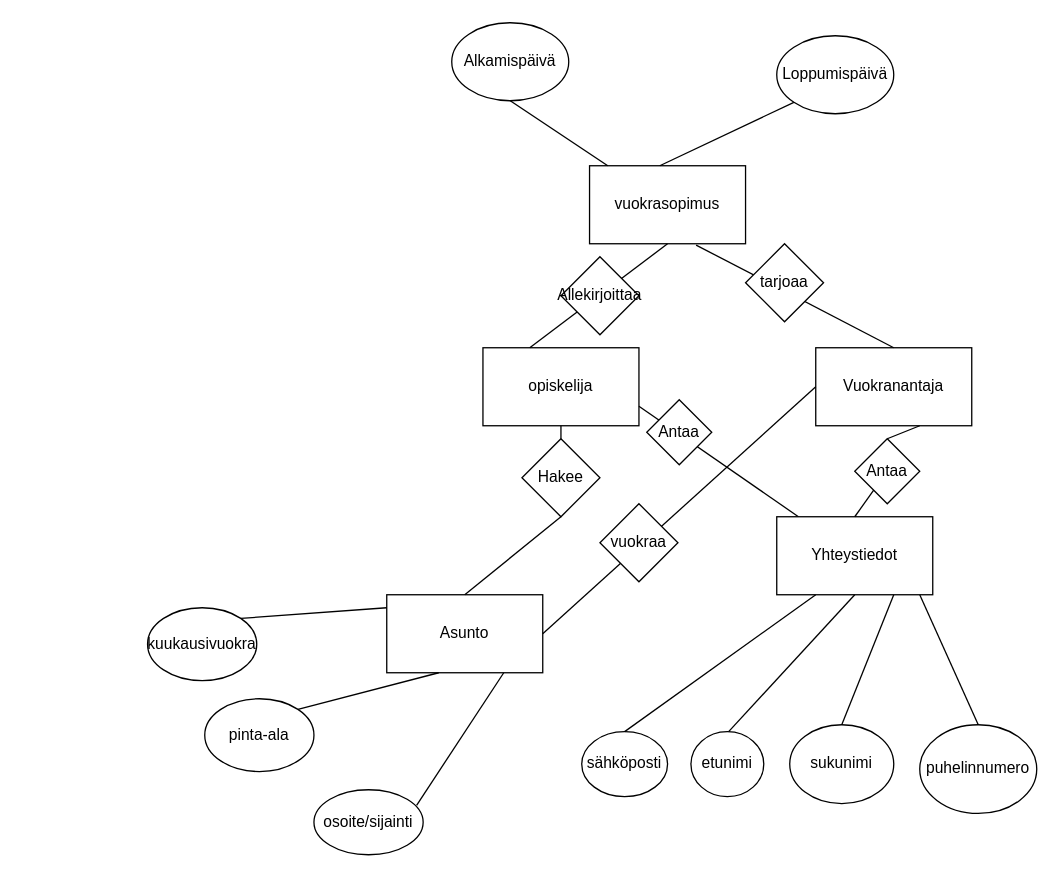
Before: Untitled Diagram.drawio in KariRyttinen/KariRyttinen.github.io, a draw.io diagram. Source tidied: cells renumbered, new cells numbered last; positions are measured from the earlier drawing's top-left corner, leaving out a move shared by most shapes. Both pictures are drawn from the tidied source at 130%, with x=0, y=0 at pixel (147, 22).
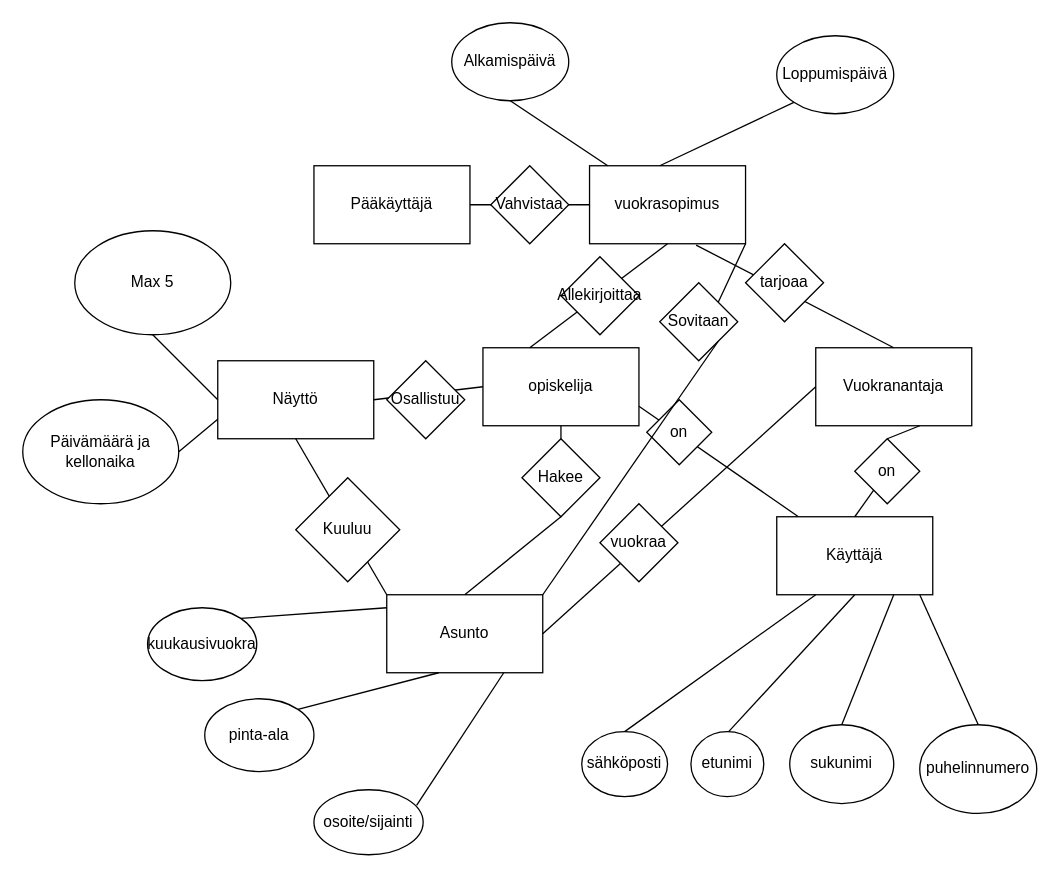
The same diagram, later.

The change refers to these unchanged cells:
```xml
<mxCell id="2" value="opiskelija" style="rounded=0;whiteSpace=wrap;html=1;" parent="1" vertex="1">
  <mxGeometry x="258" y="250" width="120" height="60" as="geometry" />
</mxCell>
<mxCell id="8" value="&lt;div&gt;Asunto&lt;/div&gt;" style="rounded=0;whiteSpace=wrap;html=1;" parent="1" vertex="1">
  <mxGeometry x="184" y="440" width="120" height="60" as="geometry" />
</mxCell>
<mxCell id="21" value="vuokrasopimus" style="rounded=0;whiteSpace=wrap;html=1;" parent="1" vertex="1">
  <mxGeometry x="340" y="110" width="120" height="60" as="geometry" />
</mxCell>
```

The edit, as a diff of the source:
```diff
@@
-    <mxCell id="13" value="Yhteystiedot" style="rounded=0;whiteSpace=wrap;html=1;" parent="1" vertex="1">
+    <mxCell id="13" value="Käyttäjä" style="rounded=0;whiteSpace=wrap;html=1;" parent="1" vertex="1">
       <mxGeometry x="484" y="380" width="120" height="60" as="geometry" />
     </mxCell>
@@
-    <mxCell id="36" value="Antaa" style="rhombus;whiteSpace=wrap;html=1;" parent="1" vertex="1">
+    <mxCell id="36" value="on" style="rhombus;whiteSpace=wrap;html=1;" parent="1" vertex="1">
       <mxGeometry x="384" y="290" width="50" height="50" as="geometry" />
     </mxCell>
-    <mxCell id="37" value="Antaa" style="rhombus;whiteSpace=wrap;html=1;" parent="1" vertex="1">
+    <mxCell id="37" value="on" style="rhombus;whiteSpace=wrap;html=1;" parent="1" vertex="1">
       <mxGeometry x="544" y="320" width="50" height="50" as="geometry" />
     </mxCell>
@@
+    <mxCell id="39" value="Näyttö" style="rounded=0;whiteSpace=wrap;html=1;" parent="1" vertex="1">
+      <mxGeometry x="54" y="260" width="120" height="60" as="geometry" />
+    </mxCell>
+    <mxCell id="40" value="Pääkäyttäjä" style="rounded=0;whiteSpace=wrap;html=1;" parent="1" vertex="1">
+      <mxGeometry x="128" y="110" width="120" height="60" as="geometry" />
+    </mxCell>
+    <mxCell id="41" style="endArrow=none;html=1;entryX=0.5;entryY=1;entryDx=0;entryDy=0;" parent="1" edge="1" target="39">
+      <mxGeometry relative="1" as="geometry">
+        <mxPoint x="184" y="440" as="sourcePoint" />
+      </mxGeometry>
+    </mxCell>
+    <mxCell id="42" style="endArrow=none;html=1;entryX=0;entryY=0.5;entryDx=0;entryDy=0;exitX=1;exitY=0.5;exitDx=0;exitDy=0;" parent="1" edge="1" source="39" target="2">
+      <mxGeometry relative="1" as="geometry" />
+    </mxCell>
+    <mxCell id="43" style="endArrow=none;html=1;entryX=0;entryY=0.5;entryDx=0;entryDy=0;" parent="1" edge="1" target="39">
+      <mxGeometry relative="1" as="geometry">
+        <mxPoint x="4" y="240" as="sourcePoint" />
+      </mxGeometry>
+    </mxCell>
+    <mxCell id="44" value="Max 5" style="ellipse;whiteSpace=wrap;html=1;" parent="1" vertex="1">
+      <mxGeometry x="-56" y="160" width="120" height="80" as="geometry" />
+    </mxCell>
+    <mxCell id="45" value="Kuuluu" style="rhombus;whiteSpace=wrap;html=1;" parent="1" vertex="1">
+      <mxGeometry x="114" y="350" width="80" height="80" as="geometry" />
+    </mxCell>
+    <mxCell id="46" value="Osallistuu" style="rhombus;whiteSpace=wrap;html=1;" parent="1" vertex="1">
+      <mxGeometry x="184" y="260" width="60" height="60" as="geometry" />
+    </mxCell>
+    <mxCell id="47" style="endArrow=none;html=1;exitX=1;exitY=0.5;exitDx=0;exitDy=0;entryX=0;entryY=0.5;entryDx=0;entryDy=0;" parent="1" edge="1" source="40" target="21">
+      <mxGeometry relative="1" as="geometry" />
+    </mxCell>
+    <mxCell id="48" value="Vahvistaa" style="rhombus;whiteSpace=wrap;html=1;" parent="1" vertex="1">
+      <mxGeometry x="264" y="110" width="60" height="60" as="geometry" />
+    </mxCell>
+    <mxCell id="49" value="Päivämäärä ja kellonaika" style="ellipse;whiteSpace=wrap;html=1;" parent="1" vertex="1">
+      <mxGeometry x="-96" y="290" width="120" height="80" as="geometry" />
+    </mxCell>
+    <mxCell id="50" style="endArrow=none;html=1;exitX=1;exitY=0.5;exitDx=0;exitDy=0;entryX=0;entryY=0.75;entryDx=0;entryDy=0;" parent="1" edge="1" source="49" target="39">
+      <mxGeometry relative="1" as="geometry" />
+    </mxCell>
+    <mxCell id="51" style="endArrow=none;html=1;entryX=1;entryY=1;entryDx=0;entryDy=0;exitX=1;exitY=0;exitDx=0;exitDy=0;" parent="1" edge="1" source="52" target="21">
+      <mxGeometry relative="1" as="geometry" />
+    </mxCell>
+    <mxCell id="52" value="Sovitaan" style="rhombus;whiteSpace=wrap;html=1;" parent="1" vertex="1">
+      <mxGeometry x="394" y="200" width="60" height="60" as="geometry" />
+    </mxCell>
+    <mxCell id="53" style="endArrow=none;html=1;entryX=1;entryY=1;entryDx=0;entryDy=0;exitX=1;exitY=0;exitDx=0;exitDy=0;" parent="1" edge="1" source="8" target="52">
+      <mxGeometry relative="1" as="geometry">
+        <Array as="points">
+          <mxPoint x="304" y="440" />
+        </Array>
+      </mxGeometry>
+    </mxCell>
```
